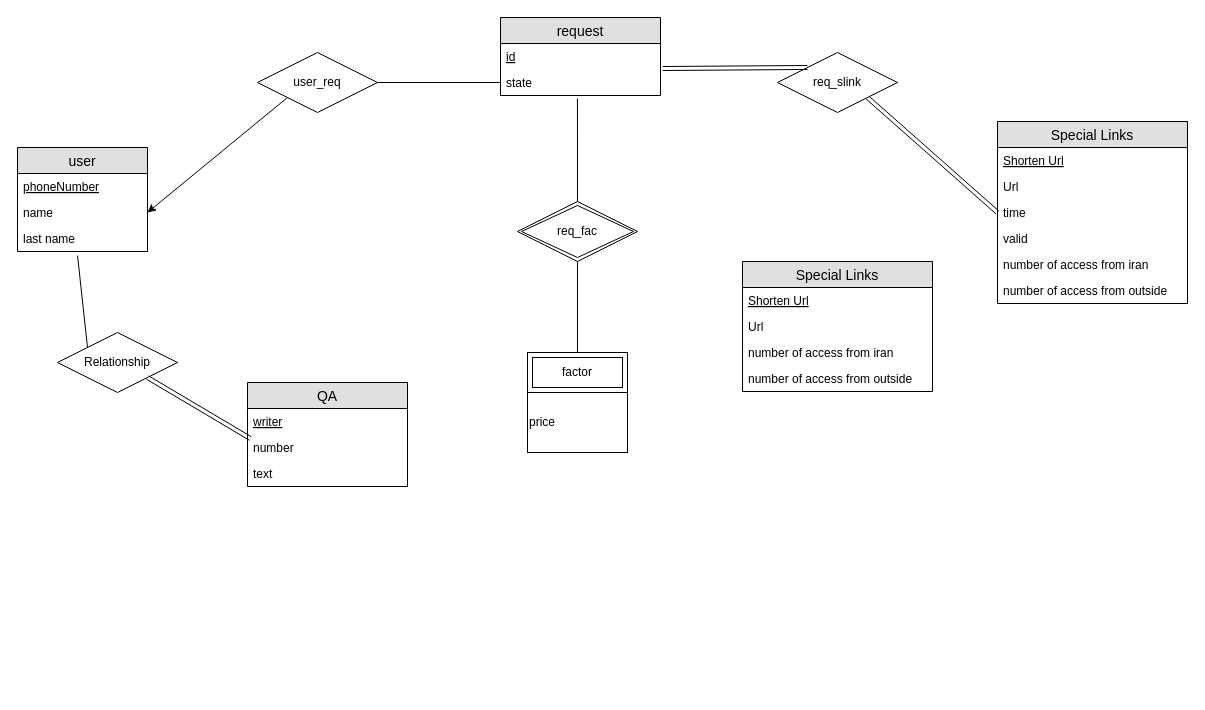
Earlier version of the draw.io diagram SQL/HW-2/UrlShortenerER.drawio (ShayanDeSh/myplayground). Source tidied: cells renumbered, new cells numbered last; positions are measured from the earlier drawing's top-left corner, leaving out a move shared by most shapes. Both pictures are drawn from the tidied source at 100%, with x=0, y=0 at pixel (17, 17).
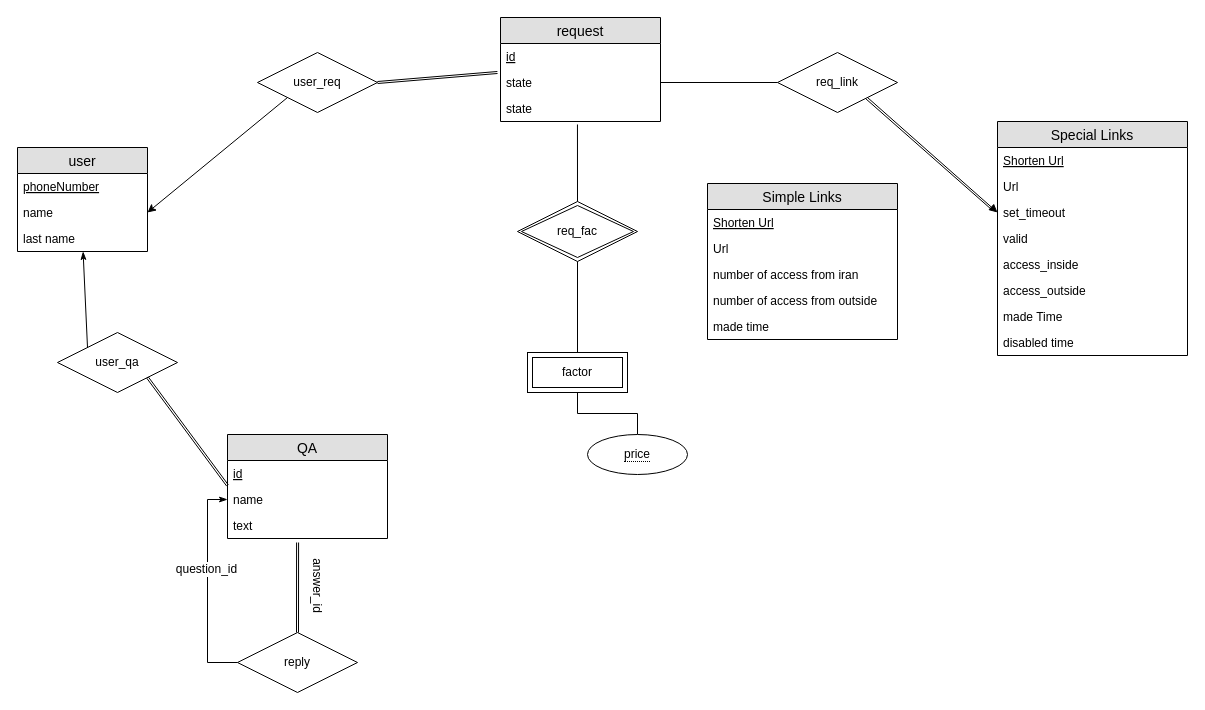
After the change.

Commit message:
ERD complete

Unchanged cells that the change refers to:
```xml
<mxCell id="5" value="last name" style="text;strokeColor=none;fillColor=none;spacingLeft=4;spacingRight=4;overflow=hidden;points=[[0,0.5],[1,0.5]];portConstraint=eastwest;fontSize=12;" parent="2" vertex="1">
  <mxGeometry y="78" width="130" height="26" as="geometry" />
</mxCell>
<mxCell id="16" value="user_req" style="shape=rhombus;perimeter=rhombusPerimeter;whiteSpace=wrap;html=1;align=center;" parent="1" vertex="1">
  <mxGeometry x="240" y="35" width="120" height="60" as="geometry" />
</mxCell>
<mxCell id="22" value="factor" style="shape=ext;margin=3;double=1;whiteSpace=wrap;html=1;align=center;" parent="1" vertex="1">
  <mxGeometry x="510" y="335" width="100" height="40" as="geometry" />
</mxCell>
```

The edit, as a diff of the source:
```diff
@@
     <mxCell id="6" value="Special Links" style="swimlane;fontStyle=0;horizontal=1;startSize=26;fillColor=#e0e0e0;swimlaneFillColor=#ffffff;align=center;fontSize=14;" parent="1" vertex="1">
-      <mxGeometry x="980" y="104" width="190" height="182" as="geometry" />
+      <mxGeometry x="980" y="104" width="190" height="234" as="geometry" />
     </mxCell>
@@
-    <mxCell id="9" value="time" style="text;strokeColor=none;fillColor=none;spacingLeft=4;spacingRight=4;overflow=hidden;points=[[0,0.5],[1,0.5]];portConstraint=eastwest;fontSize=12;" parent="6" vertex="1">
+    <mxCell id="9" value="set_timeout" style="text;strokeColor=none;fillColor=none;spacingLeft=4;spacingRight=4;overflow=hidden;points=[[0,0.5],[1,0.5]];portConstraint=eastwest;fontSize=12;" parent="6" vertex="1">
       <mxGeometry y="78" width="190" height="26" as="geometry" />
     </mxCell>
@@
-    <mxCell id="11" value="number of access from iran" style="text;strokeColor=none;fillColor=none;spacingLeft=4;spacingRight=4;overflow=hidden;fontSize=12;" parent="6" vertex="1">
+    <mxCell id="11" value="access_inside " style="text;strokeColor=none;fillColor=none;spacingLeft=4;spacingRight=4;overflow=hidden;fontSize=12;" parent="6" vertex="1">
       <mxGeometry y="130" width="190" height="26" as="geometry" />
     </mxCell>
-    <mxCell id="12" value="number of access from outside" style="text;strokeColor=none;fillColor=none;spacingLeft=4;spacingRight=4;overflow=hidden;fontSize=12;" parent="6" vertex="1">
+    <mxCell id="12" value="access_outside " style="text;strokeColor=none;fillColor=none;spacingLeft=4;spacingRight=4;overflow=hidden;fontSize=12;" parent="6" vertex="1">
       <mxGeometry y="156" width="190" height="26" as="geometry" />
     </mxCell>
+    <mxCell id="39" value="made Time" style="text;strokeColor=none;fillColor=none;spacingLeft=4;spacingRight=4;overflow=hidden;fontSize=12;" parent="6" vertex="1">
+      <mxGeometry y="182" width="190" height="26" as="geometry" />
+    </mxCell>
+    <mxCell id="40" value="disabled time" style="text;strokeColor=none;fillColor=none;spacingLeft=4;spacingRight=4;overflow=hidden;fontSize=12;" parent="6" vertex="1">
+      <mxGeometry y="208" width="190" height="26" as="geometry" />
+    </mxCell>
     <mxCell id="13" value="request" style="swimlane;fontStyle=0;horizontal=1;startSize=26;fillColor=#e0e0e0;swimlaneFillColor=#ffffff;align=center;fontSize=14;" parent="1" vertex="1">
-      <mxGeometry x="483" width="160" height="78" as="geometry" />
+      <mxGeometry x="483" width="160" height="104" as="geometry" />
     </mxCell>
@@
+    <mxCell id="41" value="state" style="text;strokeColor=none;fillColor=none;spacingLeft=4;spacingRight=4;overflow=hidden;points=[[0,0.5],[1,0.5]];portConstraint=eastwest;fontSize=12;" parent="13" vertex="1">
+      <mxGeometry y="52" width="160" height="26" as="geometry" />
+    </mxCell>
     <mxCell id="15" value="state" style="text;strokeColor=none;fillColor=none;spacingLeft=4;spacingRight=4;overflow=hidden;points=[[0,0.5],[1,0.5]];portConstraint=eastwest;fontSize=12;" parent="13" vertex="1">
-      <mxGeometry y="52" width="160" height="26" as="geometry" />
+      <mxGeometry y="78" width="160" height="26" as="geometry" />
     </mxCell>
@@
-    <mxCell id="18" style="endArrow=none;html=1;entryX=0;entryY=0.5;entryDx=0;entryDy=0;exitX=1;exitY=0.5;exitDx=0;exitDy=0;" parent="1" edge="1" source="16" target="15">
-      <mxGeometry relative="1" as="geometry" />
-    </mxCell>
+    <mxCell id="42" style="edgeStyle=orthogonalEdgeStyle;rounded=0;jettySize=auto;html=1;exitX=0;exitY=0.5;exitDx=0;exitDy=0;entryX=1;entryY=0.5;entryDx=0;entryDy=0;endArrow=none;endFill=0;" parent="1" edge="1" source="19" target="41">
+      <mxGeometry relative="1" as="geometry" />
+    </mxCell>
-    <mxCell id="19" value="req_slink" style="shape=rhombus;perimeter=rhombusPerimeter;whiteSpace=wrap;html=1;align=center;" parent="1" vertex="1">
+    <mxCell id="19" value="req_link" style="shape=rhombus;perimeter=rhombusPerimeter;whiteSpace=wrap;html=1;align=center;" parent="1" vertex="1">
       <mxGeometry x="760" y="35" width="120" height="60" as="geometry" />
     </mxCell>
@@
-    <mxCell id="24" value="price" style="rounded=0;whiteSpace=wrap;html=1;align=left;" parent="1" vertex="1">
-      <mxGeometry x="510" y="375" width="100" height="60" as="geometry" />
-    </mxCell>
     <mxCell id="25" value="QA" style="swimlane;fontStyle=0;horizontal=1;startSize=26;fillColor=#e0e0e0;swimlaneFillColor=#ffffff;align=center;fontSize=14;" parent="1" vertex="1">
-      <mxGeometry x="230" y="365" width="160" height="104" as="geometry" />
+      <mxGeometry x="210" y="417" width="160" height="104" as="geometry" />
     </mxCell>
-    <mxCell id="26" value="writer" style="text;strokeColor=none;fillColor=none;spacingLeft=4;spacingRight=4;overflow=hidden;points=[[0,0.5],[1,0.5]];portConstraint=eastwest;fontSize=12;fontStyle=4;" parent="25" vertex="1">
+    <mxCell id="26" value="id" style="text;strokeColor=none;fillColor=none;spacingLeft=4;spacingRight=4;overflow=hidden;points=[[0,0.5],[1,0.5]];portConstraint=eastwest;fontSize=12;fontStyle=4;" parent="25" vertex="1">
       <mxGeometry y="26" width="160" height="26" as="geometry" />
     </mxCell>
-    <mxCell id="27" value="number" style="text;strokeColor=none;fillColor=none;spacingLeft=4;spacingRight=4;overflow=hidden;points=[[0,0.5],[1,0.5]];portConstraint=eastwest;fontSize=12;" parent="25" vertex="1">
+    <mxCell id="27" value="name" style="text;strokeColor=none;fillColor=none;spacingLeft=4;spacingRight=4;overflow=hidden;points=[[0,0.5],[1,0.5]];portConstraint=eastwest;fontSize=12;fontStyle=0;" parent="25" vertex="1">
       <mxGeometry y="52" width="160" height="26" as="geometry" />
     </mxCell>
-    <mxCell id="28" value="text" style="text;strokeColor=none;fillColor=none;spacingLeft=4;spacingRight=4;overflow=hidden;points=[[0,0.5],[1,0.5]];portConstraint=eastwest;fontSize=12;" parent="25" vertex="1">
+    <mxCell id="28" value="text" style="text;strokeColor=none;fillColor=none;spacingLeft=4;spacingRight=4;overflow=hidden;points=[[0,0.5],[1,0.5]];portConstraint=eastwest;fontSize=12;fontStyle=0;" parent="25" vertex="1">
       <mxGeometry y="78" width="160" height="26" as="geometry" />
     </mxCell>
-    <mxCell id="29" style="shape=link;html=1;rounded=0;startArrow=classic;startFill=1;endArrow=none;endFill=0;exitX=1.026;exitY=-0.038;exitDx=0;exitDy=0;entryX=0;entryY=0;entryDx=0;entryDy=0;exitPerimeter=0;" parent="1" edge="1" target="19">
-      <mxGeometry relative="1" as="geometry">
-        <mxPoint x="645.2" y="51" as="sourcePoint" />
-      </mxGeometry>
-    </mxCell>
-    <mxCell id="30" style="shape=link;html=1;rounded=0;startArrow=classic;startFill=1;endArrow=none;endFill=0;exitX=0;exitY=0.5;exitDx=0;exitDy=0;entryX=1;entryY=1;entryDx=0;entryDy=0;" parent="1" edge="1" source="9" target="19">
+    <mxCell id="30" style="html=1;rounded=0;startArrow=block;startFill=1;endArrow=none;endFill=0;exitX=0;exitY=0.5;exitDx=0;exitDy=0;entryX=1;entryY=1;entryDx=0;entryDy=0;" parent="1" edge="1" source="9" target="19">
       <mxGeometry relative="1" as="geometry" />
     </mxCell>
-    <mxCell id="31" value="Relationship" style="shape=rhombus;perimeter=rhombusPerimeter;whiteSpace=wrap;html=1;align=center;" parent="1" vertex="1">
+    <mxCell id="31" value="user_qa" style="shape=rhombus;perimeter=rhombusPerimeter;whiteSpace=wrap;html=1;align=center;" parent="1" vertex="1">
       <mxGeometry x="40" y="315" width="120" height="60" as="geometry" />
     </mxCell>
-    <mxCell id="32" style="shape=link;html=1;rounded=0;startArrow=classic;startFill=1;endArrow=none;endFill=0;exitX=1;exitY=1;exitDx=0;exitDy=0;entryX=0.018;entryY=1.154;entryDx=0;entryDy=0;entryPerimeter=0;" parent="1" edge="1" source="31" target="26">
-      <mxGeometry relative="1" as="geometry" />
-    </mxCell>
-    <mxCell id="33" style="endArrow=none;html=1;entryX=0.462;entryY=1.159;entryDx=0;entryDy=0;entryPerimeter=0;exitX=0;exitY=0;exitDx=0;exitDy=0;" parent="1" edge="1" source="31" target="5">
+    <mxCell id="33" style="endArrow=classicThin;html=1;exitX=0;exitY=0;exitDx=0;exitDy=0;endFill=1;" parent="1" edge="1" source="31" target="5">
       <mxGeometry relative="1" as="geometry" />
     </mxCell>
-    <mxCell id="34" value="Special Links" style="swimlane;fontStyle=0;horizontal=1;startSize=26;fillColor=#e0e0e0;swimlaneFillColor=#ffffff;align=center;fontSize=14;" parent="1" vertex="1">
-      <mxGeometry x="725" y="244" width="190" height="130" as="geometry" />
+    <mxCell id="34" value="Simple Links" style="swimlane;fontStyle=0;horizontal=1;startSize=26;fillColor=#e0e0e0;swimlaneFillColor=#ffffff;align=center;fontSize=14;" parent="1" vertex="1">
+      <mxGeometry x="690" y="166" width="190" height="156" as="geometry" />
     </mxCell>
@@
+    <mxCell id="43" value="made time" style="text;strokeColor=none;fillColor=none;spacingLeft=4;spacingRight=4;overflow=hidden;fontSize=12;" parent="34" vertex="1">
+      <mxGeometry y="130" width="190" height="26" as="geometry" />
+    </mxCell>
+    <mxCell id="44" style="shape=link;html=1;rounded=0;startArrow=classic;startFill=1;endArrow=none;endFill=0;exitX=1;exitY=0.5;exitDx=0;exitDy=0;width=-2;entryX=-0.019;entryY=0.115;entryDx=0;entryDy=0;entryPerimeter=0;" parent="1" edge="1" source="16" target="41">
+      <mxGeometry relative="1" as="geometry" />
+    </mxCell>
+    <mxCell id="45" style="endArrow=none;html=1;exitX=0.7;exitY=0.817;exitDx=0;exitDy=0;exitPerimeter=0;" parent="1" edge="1">
+      <mxGeometry relative="1" as="geometry">
+        <mxPoint x="848" y="81" as="sourcePoint" />
+        <mxPoint x="974" y="192" as="targetPoint" />
+      </mxGeometry>
+    </mxCell>
+    <mxCell id="46" style="edgeStyle=orthogonalEdgeStyle;rounded=0;jettySize=auto;html=1;entryX=0.5;entryY=1;entryDx=0;entryDy=0;startArrow=none;startFill=0;endArrow=none;endFill=0;endSize=12;targetPerimeterSpacing=8;" parent="1" edge="1" source="24" target="22">
+      <mxGeometry relative="1" as="geometry" />
+    </mxCell>
+    <mxCell id="24" value="&lt;span style=&quot;border-bottom: 1px dotted&quot;&gt;price&lt;/span&gt;" style="ellipse;whiteSpace=wrap;html=1;align=center;" parent="1" vertex="1">
+      <mxGeometry x="570" y="417" width="100" height="40" as="geometry" />
+    </mxCell>
+    <mxCell id="47" value="reply" style="shape=rhombus;perimeter=rhombusPerimeter;whiteSpace=wrap;html=1;align=center;" parent="1" vertex="1">
+      <mxGeometry x="220" y="615" width="120" height="60" as="geometry" />
+    </mxCell>
+    <mxCell id="48" style="edgeStyle=orthogonalEdgeStyle;rounded=0;jettySize=auto;html=1;entryX=0;entryY=0.5;entryDx=0;entryDy=0;startArrow=classicThin;startFill=1;endArrow=none;endFill=0;endSize=12;targetPerimeterSpacing=8;" parent="1" edge="1" source="27" target="47">
+      <mxGeometry relative="1" as="geometry" />
+    </mxCell>
+    <mxCell id="49" value="question_id" style="text;html=1;align=center;verticalAlign=middle;labelBackgroundColor=#ffffff;" parent="48" vertex="1">
+      <mxGeometry x="-0.16" y="-2" relative="1" as="geometry" />
+    </mxCell>
+    <mxCell id="32" style="shape=link;html=1;rounded=0;startArrow=classic;startFill=1;endArrow=none;endFill=0;exitX=1;exitY=1;exitDx=0;exitDy=0;width=-2;entryX=0;entryY=0.962;entryDx=0;entryDy=0;entryPerimeter=0;" parent="1" edge="1" source="31" target="26">
+      <mxGeometry relative="1" as="geometry" />
+    </mxCell>
+    <mxCell id="50" style="shape=link;html=1;rounded=0;startArrow=classic;startFill=1;endArrow=none;endFill=0;width=-2;entryX=0.5;entryY=0;entryDx=0;entryDy=0;exitX=0.438;exitY=1.154;exitDx=0;exitDy=0;exitPerimeter=0;" parent="1" edge="1" source="28" target="47">
+      <mxGeometry relative="1" as="geometry" />
+    </mxCell>
+    <mxCell id="51" value="answer_id&lt;br&gt;" style="text;html=1;align=center;verticalAlign=middle;direction=south;rotation=90;" parent="1" vertex="1">
+      <mxGeometry x="290" y="533" width="20" height="70" as="geometry" />
+    </mxCell>
```
